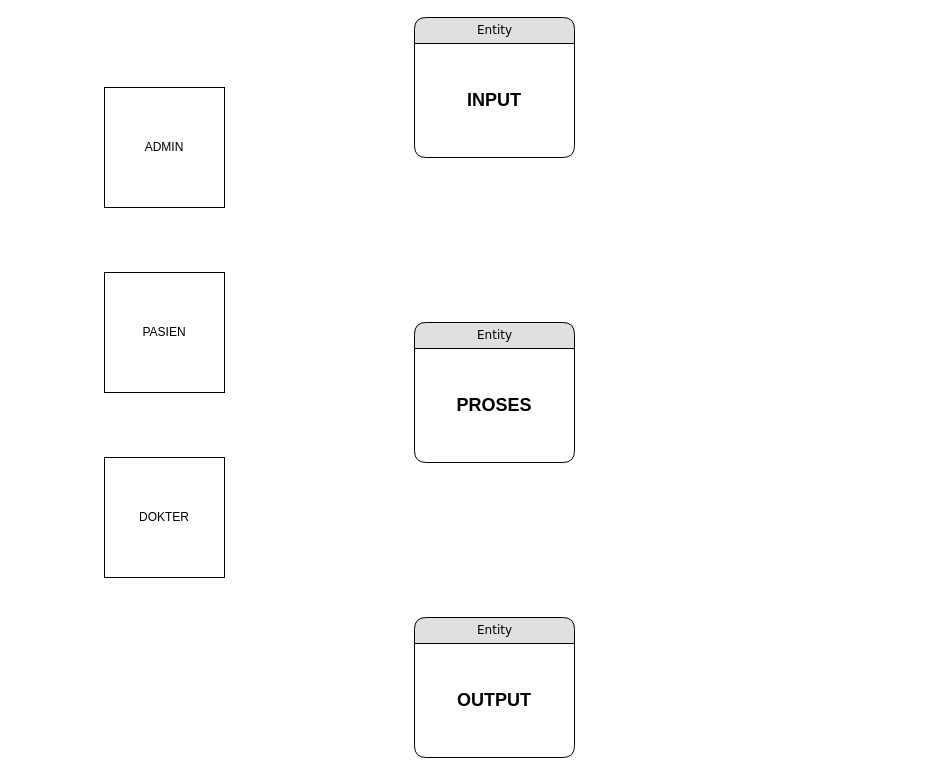
This is page "Page-1" (1 of 4) of Untitled Diagram.drawio from marijmokoginta/ecommerce-frontend, a draw.io file, before an edit. Source tidied: cells renumbered, new cells numbered last; positions are measured from the earlier drawing's top-left corner, leaving out a move shared by most shapes. Both pictures are drawn from the tidied source at 100%, with x=0, y=0 at pixel (104, 17).
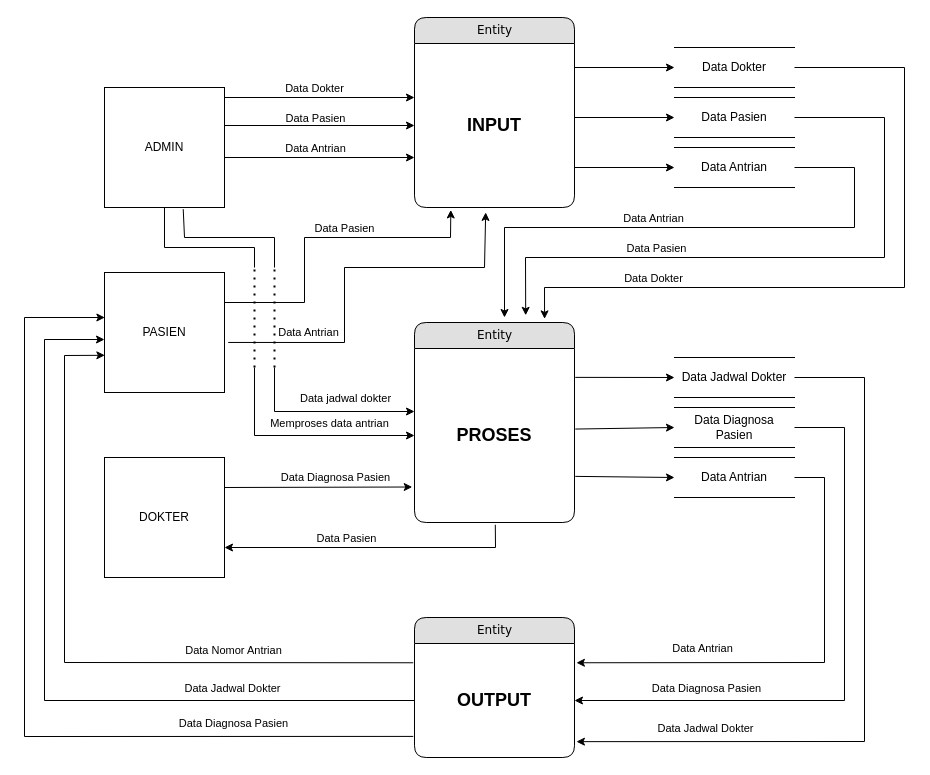
After the change.

The change refers to these unchanged cells:
```xml
<mxCell id="7" value="&lt;b&gt;&lt;font style=&quot;font-size: 18px;&quot;&gt;OUTPUT&lt;/font&gt;&lt;/b&gt;" style="text;html=1;strokeColor=none;fillColor=none;spacingLeft=4;spacingRight=4;whiteSpace=wrap;overflow=hidden;points=[[0,0.5],[1,0.5]];portConstraint=eastwest;verticalAlign=middle;align=center;" parent="6" vertex="1">
  <mxGeometry y="26" width="160" height="114" as="geometry" />
</mxCell>
<mxCell id="8" value="ADMIN" style="whiteSpace=wrap;html=1;" parent="1" vertex="1">
  <mxGeometry y="70" width="120" height="120" as="geometry" />
</mxCell>
<mxCell id="9" value="PASIEN" style="whiteSpace=wrap;html=1;" parent="1" vertex="1">
  <mxGeometry y="255" width="120" height="120" as="geometry" />
</mxCell>
<mxCell id="10" value="DOKTER" style="whiteSpace=wrap;html=1;" parent="1" vertex="1">
  <mxGeometry y="440" width="120" height="120" as="geometry" />
</mxCell>
```

The edit, as a diff of the source:
```diff
@@
     <mxCell id="2" value="Entity" style="swimlane;html=1;fontStyle=0;horizontal=1;startSize=26;fillColor=#e0e0e0;swimlaneFillColor=#ffffff;align=center;rounded=1;shadow=0;comic=0;labelBackgroundColor=none;strokeWidth=1;fontFamily=Verdana;fontSize=12;" parent="1" vertex="1">
-      <mxGeometry x="310" width="160" height="140" as="geometry" />
+      <mxGeometry x="310" width="160" height="190" as="geometry" />
     </mxCell>
     <mxCell id="3" value="&lt;b&gt;&lt;font style=&quot;font-size: 18px;&quot;&gt;INPUT&lt;/font&gt;&lt;/b&gt;" style="text;html=1;strokeColor=none;fillColor=none;spacingLeft=4;spacingRight=4;whiteSpace=wrap;overflow=hidden;points=[[0,0.5],[1,0.5]];portConstraint=eastwest;verticalAlign=middle;align=center;" parent="2" vertex="1">
-      <mxGeometry y="26" width="160" height="114" as="geometry" />
+      <mxGeometry y="26" width="160" height="164" as="geometry" />
     </mxCell>
     <mxCell id="4" value="Entity" style="swimlane;html=1;fontStyle=0;horizontal=1;startSize=26;fillColor=#e0e0e0;swimlaneFillColor=#ffffff;align=center;rounded=1;shadow=0;comic=0;labelBackgroundColor=none;strokeWidth=1;fontFamily=Verdana;fontSize=12;" parent="1" vertex="1">
-      <mxGeometry x="310" y="305" width="160" height="140" as="geometry" />
+      <mxGeometry x="310" y="305" width="160" height="200" as="geometry" />
     </mxCell>
     <mxCell id="5" value="&lt;b&gt;&lt;font style=&quot;font-size: 18px;&quot;&gt;PROSES&lt;/font&gt;&lt;/b&gt;" style="text;html=1;strokeColor=none;fillColor=none;spacingLeft=4;spacingRight=4;whiteSpace=wrap;overflow=hidden;points=[[0,0.5],[1,0.5]];portConstraint=eastwest;verticalAlign=middle;align=center;" parent="4" vertex="1">
-      <mxGeometry y="26" width="160" height="114" as="geometry" />
+      <mxGeometry y="26" width="160" height="174" as="geometry" />
     </mxCell>
@@
+    <mxCell id="11" value="Data Dokter" style="shape=partialRectangle;whiteSpace=wrap;html=1;left=0;right=0;fillColor=none;" parent="1" vertex="1">
+      <mxGeometry x="570" y="30" width="120" height="40" as="geometry" />
+    </mxCell>
+    <mxCell id="12" value="Data Pasien" style="shape=partialRectangle;whiteSpace=wrap;html=1;left=0;right=0;fillColor=none;" parent="1" vertex="1">
+      <mxGeometry x="570" y="80" width="120" height="40" as="geometry" />
+    </mxCell>
+    <mxCell id="13" value="Data Antrian" style="shape=partialRectangle;whiteSpace=wrap;html=1;left=0;right=0;fillColor=none;" parent="1" vertex="1">
+      <mxGeometry x="570" y="130" width="120" height="40" as="geometry" />
+    </mxCell>
+    <mxCell id="14" style="endArrow=classic;html=1;rounded=0;entryX=0;entryY=0.5;entryDx=0;entryDy=0;" parent="1" edge="1" target="11">
+      <mxGeometry relative="1" as="geometry">
+        <mxPoint x="470" y="50" as="sourcePoint" />
+      </mxGeometry>
+    </mxCell>
+    <mxCell id="15" style="endArrow=classic;html=1;rounded=0;entryX=0;entryY=0.5;entryDx=0;entryDy=0;" parent="1" edge="1" target="12">
+      <mxGeometry relative="1" as="geometry">
+        <mxPoint x="470" y="100" as="sourcePoint" />
+      </mxGeometry>
+    </mxCell>
+    <mxCell id="16" style="endArrow=classic;html=1;rounded=0;entryX=0;entryY=0.5;entryDx=0;entryDy=0;" parent="1" edge="1" target="13">
+      <mxGeometry relative="1" as="geometry">
+        <mxPoint x="470" y="150" as="sourcePoint" />
+      </mxGeometry>
+    </mxCell>
+    <mxCell id="17" style="endArrow=classic;html=1;rounded=0;entryX=0.813;entryY=-0.018;entryDx=0;entryDy=0;exitX=1;exitY=0.5;exitDx=0;exitDy=0;entryPerimeter=0;" parent="1" edge="1" source="11" target="4">
+      <mxGeometry relative="1" as="geometry">
+        <Array as="points">
+          <mxPoint x="800" y="50" />
+          <mxPoint x="800" y="270" />
+          <mxPoint x="440" y="270" />
+        </Array>
+      </mxGeometry>
+    </mxCell>
+    <mxCell id="18" value="Data Dokter" style="edgeLabel;html=1;align=center;verticalAlign=middle;" parent="17" vertex="1">
+      <mxGeometry x="0.58" y="-2" relative="1" as="geometry">
+        <mxPoint x="-12" y="-8" as="offset" />
+      </mxGeometry>
+    </mxCell>
+    <mxCell id="19" style="endArrow=classic;html=1;rounded=0;entryX=0.695;entryY=-0.036;entryDx=0;entryDy=0;entryPerimeter=0;exitX=1;exitY=0.5;exitDx=0;exitDy=0;" parent="1" edge="1" source="12" target="4">
+      <mxGeometry relative="1" as="geometry">
+        <Array as="points">
+          <mxPoint x="780" y="100" />
+          <mxPoint x="780" y="240" />
+          <mxPoint x="421" y="240" />
+        </Array>
+      </mxGeometry>
+    </mxCell>
+    <mxCell id="20" value="Data Pasien" style="edgeLabel;html=1;align=center;verticalAlign=middle;" parent="19" vertex="1">
+      <mxGeometry x="0.41" y="-3" relative="1" as="geometry">
+        <mxPoint x="-3" y="-7" as="offset" />
+      </mxGeometry>
+    </mxCell>
+    <mxCell id="21" style="endArrow=classic;html=1;rounded=0;exitX=1;exitY=0.5;exitDx=0;exitDy=0;" parent="1" edge="1" source="13">
+      <mxGeometry relative="1" as="geometry">
+        <mxPoint x="400" y="300" as="targetPoint" />
+        <Array as="points">
+          <mxPoint x="750" y="150" />
+          <mxPoint x="750" y="210" />
+          <mxPoint x="400" y="210" />
+        </Array>
+      </mxGeometry>
+    </mxCell>
+    <mxCell id="22" value="Data Antrian" style="edgeLabel;html=1;align=center;verticalAlign=middle;" parent="21" vertex="1">
+      <mxGeometry x="0.15" y="-2" relative="1" as="geometry">
+        <mxPoint y="-8" as="offset" />
+      </mxGeometry>
+    </mxCell>
+    <mxCell id="23" style="endArrow=classic;html=1;rounded=0;entryX=0;entryY=0.5;entryDx=0;entryDy=0;" parent="1" edge="1" target="3">
+      <mxGeometry relative="1" as="geometry">
+        <mxPoint x="120" y="108" as="sourcePoint" />
+      </mxGeometry>
+    </mxCell>
+    <mxCell id="24" value="Data Pasien" style="edgeLabel;html=1;align=center;verticalAlign=middle;" parent="23" vertex="1">
+      <mxGeometry x="0.1" y="1" relative="1" as="geometry">
+        <mxPoint x="-15" y="-7" as="offset" />
+      </mxGeometry>
+    </mxCell>
+    <mxCell id="25" style="endArrow=classic;html=1;rounded=0;entryX=0;entryY=0.5;entryDx=0;entryDy=0;" parent="1" edge="1">
+      <mxGeometry relative="1" as="geometry">
+        <mxPoint x="120" y="80" as="sourcePoint" />
+        <mxPoint x="310" y="80" as="targetPoint" />
+      </mxGeometry>
+    </mxCell>
+    <mxCell id="26" value="Data Dokter" style="edgeLabel;html=1;align=center;verticalAlign=middle;" parent="25" vertex="1">
+      <mxGeometry x="-0.29" relative="1" as="geometry">
+        <mxPoint x="22" y="-10" as="offset" />
+      </mxGeometry>
+    </mxCell>
+    <mxCell id="27" style="endArrow=classic;html=1;rounded=0;entryX=0;entryY=0.5;entryDx=0;entryDy=0;" parent="1" edge="1">
+      <mxGeometry relative="1" as="geometry">
+        <mxPoint x="120" y="140" as="sourcePoint" />
+        <mxPoint x="310" y="140" as="targetPoint" />
+      </mxGeometry>
+    </mxCell>
+    <mxCell id="28" value="Data Antrian" style="edgeLabel;html=1;align=center;verticalAlign=middle;" parent="27" vertex="1">
+      <mxGeometry x="-0.05" y="2" relative="1" as="geometry">
+        <mxPoint y="-8" as="offset" />
+      </mxGeometry>
+    </mxCell>
+    <mxCell id="29" style="endArrow=classic;html=1;rounded=0;exitX=1;exitY=0.25;exitDx=0;exitDy=0;entryX=0.227;entryY=1.015;entryDx=0;entryDy=0;entryPerimeter=0;" parent="1" edge="1" source="9" target="3">
+      <mxGeometry relative="1" as="geometry">
+        <Array as="points">
+          <mxPoint x="200" y="285" />
+          <mxPoint x="200" y="220" />
+          <mxPoint x="346" y="220" />
+        </Array>
+      </mxGeometry>
+    </mxCell>
+    <mxCell id="30" value="Data Pasien" style="edgeLabel;html=1;align=center;verticalAlign=middle;" parent="29" vertex="1">
+      <mxGeometry x="0.07" relative="1" as="geometry">
+        <mxPoint x="14" y="-10" as="offset" />
+      </mxGeometry>
+    </mxCell>
+    <mxCell id="31" style="endArrow=classic;html=1;rounded=0;exitX=1.031;exitY=0.583;exitDx=0;exitDy=0;entryX=0.445;entryY=1.03;entryDx=0;entryDy=0;entryPerimeter=0;exitPerimeter=0;" parent="1" edge="1" source="9" target="3">
+      <mxGeometry relative="1" as="geometry">
+        <Array as="points">
+          <mxPoint x="240" y="325" />
+          <mxPoint x="240" y="250" />
+          <mxPoint x="380" y="250" />
+        </Array>
+      </mxGeometry>
+    </mxCell>
+    <mxCell id="32" value="Data Antrian" style="edgeLabel;html=1;align=center;verticalAlign=middle;" parent="31" vertex="1">
+      <mxGeometry x="-0.79" y="2" relative="1" as="geometry">
+        <mxPoint x="39" y="-8" as="offset" />
+      </mxGeometry>
+    </mxCell>
+    <mxCell id="33" style="endArrow=none;dashed=1;html=1;dashPattern=1 3;strokeWidth=2;rounded=0;" parent="1" edge="1">
+      <mxGeometry relative="1" as="geometry">
+        <mxPoint x="150" y="350" as="sourcePoint" />
+        <mxPoint x="150" y="250" as="targetPoint" />
+      </mxGeometry>
+    </mxCell>
+    <mxCell id="34" style="endArrow=classic;html=1;rounded=0;entryX=0;entryY=0.5;entryDx=0;entryDy=0;endFill=1;" parent="1" edge="1" target="5">
+      <mxGeometry relative="1" as="geometry">
+        <mxPoint x="150" y="350" as="sourcePoint" />
+        <Array as="points">
+          <mxPoint x="150" y="418" />
+        </Array>
+      </mxGeometry>
+    </mxCell>
+    <mxCell id="35" value="Memproses data antrian" style="edgeLabel;html=1;align=center;verticalAlign=middle;" parent="34" vertex="1">
+      <mxGeometry x="-0.11" y="-1" relative="1" as="geometry">
+        <mxPoint x="41" y="-14" as="offset" />
+      </mxGeometry>
+    </mxCell>
+    <mxCell id="36" style="endArrow=none;html=1;rounded=0;entryX=0.5;entryY=1;entryDx=0;entryDy=0;endFill=0;" parent="1" edge="1" target="8">
+      <mxGeometry relative="1" as="geometry">
+        <mxPoint x="150" y="250" as="sourcePoint" />
+        <Array as="points">
+          <mxPoint x="150" y="230" />
+          <mxPoint x="60" y="230" />
+        </Array>
+      </mxGeometry>
+    </mxCell>
+    <mxCell id="37" value="Data Jadwal Dokter" style="shape=partialRectangle;whiteSpace=wrap;html=1;left=0;right=0;fillColor=none;" parent="1" vertex="1">
+      <mxGeometry x="570" y="340" width="120" height="40" as="geometry" />
+    </mxCell>
+    <mxCell id="38" value="Data Diagnosa Pasien" style="shape=partialRectangle;whiteSpace=wrap;html=1;left=0;right=0;fillColor=none;" parent="1" vertex="1">
+      <mxGeometry x="570" y="390" width="120" height="40" as="geometry" />
+    </mxCell>
+    <mxCell id="39" value="Data Antrian" style="shape=partialRectangle;whiteSpace=wrap;html=1;left=0;right=0;fillColor=none;" parent="1" vertex="1">
+      <mxGeometry x="570" y="440" width="120" height="40" as="geometry" />
+    </mxCell>
+    <mxCell id="40" style="endArrow=classic;html=1;rounded=0;entryX=0;entryY=0.5;entryDx=0;entryDy=0;exitX=1.005;exitY=0.166;exitDx=0;exitDy=0;exitPerimeter=0;" parent="1" edge="1" source="5" target="37">
+      <mxGeometry relative="1" as="geometry" />
+    </mxCell>
+    <mxCell id="41" style="endArrow=classic;html=1;rounded=0;entryX=0;entryY=0.5;entryDx=0;entryDy=0;exitX=1.005;exitY=0.463;exitDx=0;exitDy=0;exitPerimeter=0;" parent="1" edge="1" source="5" target="38">
+      <mxGeometry relative="1" as="geometry" />
+    </mxCell>
+    <mxCell id="42" style="endArrow=classic;html=1;rounded=0;entryX=0;entryY=0.5;entryDx=0;entryDy=0;exitX=1.005;exitY=0.735;exitDx=0;exitDy=0;exitPerimeter=0;" parent="1" edge="1" source="5" target="39">
+      <mxGeometry relative="1" as="geometry" />
+    </mxCell>
+    <mxCell id="43" style="endArrow=classic;html=1;rounded=0;entryX=1.012;entryY=0.169;entryDx=0;entryDy=0;entryPerimeter=0;exitX=1;exitY=0.5;exitDx=0;exitDy=0;" parent="1" edge="1" source="39" target="7">
+      <mxGeometry relative="1" as="geometry">
+        <Array as="points">
+          <mxPoint x="720" y="460" />
+          <mxPoint x="720" y="645" />
+        </Array>
+      </mxGeometry>
+    </mxCell>
+    <mxCell id="44" value="Data Antrian" style="edgeLabel;html=1;align=center;verticalAlign=middle;" parent="43" vertex="1">
+      <mxGeometry x="0.46" relative="1" as="geometry">
+        <mxPoint y="-15" as="offset" />
+      </mxGeometry>
+    </mxCell>
+    <mxCell id="45" style="endArrow=classic;html=1;rounded=0;entryX=1;entryY=0.5;entryDx=0;entryDy=0;exitX=1;exitY=0.5;exitDx=0;exitDy=0;" parent="1" edge="1" source="38" target="7">
+      <mxGeometry relative="1" as="geometry">
+        <Array as="points">
+          <mxPoint x="740" y="410" />
+          <mxPoint x="740" y="683" />
+        </Array>
+      </mxGeometry>
+    </mxCell>
+    <mxCell id="46" value="Data Diagnosa Pasien" style="edgeLabel;html=1;align=center;verticalAlign=middle;" parent="45" vertex="1">
+      <mxGeometry x="0.48" relative="1" as="geometry">
+        <mxPoint x="-23" y="-13" as="offset" />
+      </mxGeometry>
+    </mxCell>
+    <mxCell id="47" style="endArrow=classic;html=1;rounded=0;entryX=1.012;entryY=0.861;entryDx=0;entryDy=0;exitX=1;exitY=0.5;exitDx=0;exitDy=0;entryPerimeter=0;" parent="1" edge="1" source="37" target="7">
+      <mxGeometry relative="1" as="geometry">
+        <Array as="points">
+          <mxPoint x="760" y="360" />
+          <mxPoint x="760" y="724" />
+        </Array>
+      </mxGeometry>
+    </mxCell>
+    <mxCell id="48" value="Data Jadwal Dokter" style="edgeLabel;html=1;align=center;verticalAlign=middle;" parent="47" vertex="1">
+      <mxGeometry x="0.61" y="-1" relative="1" as="geometry">
+        <mxPoint x="-12" y="-13" as="offset" />
+      </mxGeometry>
+    </mxCell>
+    <mxCell id="49" style="endArrow=none;dashed=1;html=1;dashPattern=1 3;strokeWidth=2;rounded=0;" parent="1" edge="1">
+      <mxGeometry relative="1" as="geometry">
+        <mxPoint x="170" y="350" as="sourcePoint" />
+        <mxPoint x="170" y="250" as="targetPoint" />
+      </mxGeometry>
+    </mxCell>
+    <mxCell id="50" style="endArrow=none;html=1;rounded=0;entryX=0.656;entryY=1.014;entryDx=0;entryDy=0;endFill=0;entryPerimeter=0;" parent="1" edge="1" target="8">
+      <mxGeometry relative="1" as="geometry">
+        <mxPoint x="170" y="250" as="sourcePoint" />
+        <Array as="points">
+          <mxPoint x="170" y="220" />
+          <mxPoint x="80" y="220" />
+        </Array>
+      </mxGeometry>
+    </mxCell>
+    <mxCell id="51" style="endArrow=classic;html=1;rounded=0;entryX=0;entryY=0.5;entryDx=0;entryDy=0;endFill=1;" parent="1" edge="1">
+      <mxGeometry relative="1" as="geometry">
+        <mxPoint x="170" y="350" as="sourcePoint" />
+        <mxPoint x="310" y="394" as="targetPoint" />
+        <Array as="points">
+          <mxPoint x="170" y="394" />
+        </Array>
+      </mxGeometry>
+    </mxCell>
+    <mxCell id="52" value="Data jadwal dokter" style="edgeLabel;html=1;align=center;verticalAlign=middle;" parent="51" vertex="1">
+      <mxGeometry x="-0.11" y="-1" relative="1" as="geometry">
+        <mxPoint x="32" y="-15" as="offset" />
+      </mxGeometry>
+    </mxCell>
+    <mxCell id="53" style="endArrow=classic;html=1;rounded=0;exitX=0.505;exitY=1.013;exitDx=0;exitDy=0;exitPerimeter=0;entryX=1;entryY=0.75;entryDx=0;entryDy=0;" parent="1" edge="1" source="5" target="10">
+      <mxGeometry relative="1" as="geometry">
+        <Array as="points">
+          <mxPoint x="391" y="530" />
+        </Array>
+      </mxGeometry>
+    </mxCell>
+    <mxCell id="54" value="Data Pasien" style="edgeLabel;html=1;align=center;verticalAlign=middle;" parent="53" vertex="1">
+      <mxGeometry x="0.01" y="3" relative="1" as="geometry">
+        <mxPoint x="-24" y="-13" as="offset" />
+      </mxGeometry>
+    </mxCell>
+    <mxCell id="55" style="endArrow=classic;html=1;rounded=0;exitX=-0.008;exitY=0.169;exitDx=0;exitDy=0;entryX=0.003;entryY=0.69;entryDx=0;entryDy=0;entryPerimeter=0;exitPerimeter=0;" parent="1" edge="1" source="7" target="9">
+      <mxGeometry relative="1" as="geometry">
+        <Array as="points">
+          <mxPoint x="-40" y="645" />
+          <mxPoint x="-40" y="338" />
+        </Array>
+      </mxGeometry>
+    </mxCell>
+    <mxCell id="56" value="Data Nomor Antrian" style="edgeLabel;html=1;align=center;verticalAlign=middle;" parent="55" vertex="1">
+      <mxGeometry x="-0.47" y="-2" relative="1" as="geometry">
+        <mxPoint x="4" y="-11" as="offset" />
+      </mxGeometry>
+    </mxCell>
+    <mxCell id="57" style="endArrow=classic;html=1;rounded=0;exitX=1;exitY=0.25;exitDx=0;exitDy=0;entryX=-0.014;entryY=0.796;entryDx=0;entryDy=0;entryPerimeter=0;" parent="1" edge="1" source="10" target="5">
+      <mxGeometry relative="1" as="geometry" />
+    </mxCell>
+    <mxCell id="58" value="Data Diagnosa Pasien" style="edgeLabel;html=1;align=center;verticalAlign=middle;" parent="57" vertex="1">
+      <mxGeometry x="0.17" y="-2" relative="1" as="geometry">
+        <mxPoint y="-12" as="offset" />
+      </mxGeometry>
+    </mxCell>
+    <mxCell id="59" style="endArrow=classic;html=1;rounded=0;exitX=0;exitY=0.5;exitDx=0;exitDy=0;" parent="1" edge="1" source="7">
+      <mxGeometry relative="1" as="geometry">
+        <mxPoint y="322" as="targetPoint" />
+        <Array as="points">
+          <mxPoint x="-60" y="683" />
+          <mxPoint x="-60" y="322" />
+        </Array>
+      </mxGeometry>
+    </mxCell>
+    <mxCell id="60" value="Data Jadwal Dokter" style="edgeLabel;html=1;align=center;verticalAlign=middle;" parent="59" vertex="1">
+      <mxGeometry x="-0.47" y="-2" relative="1" as="geometry">
+        <mxPoint x="27" y="-11" as="offset" />
+      </mxGeometry>
+    </mxCell>
+    <mxCell id="61" style="endArrow=classic;html=1;rounded=0;exitX=-0.008;exitY=0.815;exitDx=0;exitDy=0;exitPerimeter=0;entryX=0.003;entryY=0.375;entryDx=0;entryDy=0;entryPerimeter=0;" parent="1" edge="1" source="7" target="9">
+      <mxGeometry relative="1" as="geometry">
+        <Array as="points">
+          <mxPoint x="-80" y="719" />
+          <mxPoint x="-80" y="300" />
+        </Array>
+      </mxGeometry>
+    </mxCell>
+    <mxCell id="62" value="Data Diagnosa Pasien" style="edgeLabel;html=1;align=center;verticalAlign=middle;" parent="61" vertex="1">
+      <mxGeometry x="-0.47" y="-2" relative="1" as="geometry">
+        <mxPoint x="55" y="-11" as="offset" />
+      </mxGeometry>
+    </mxCell>
```
